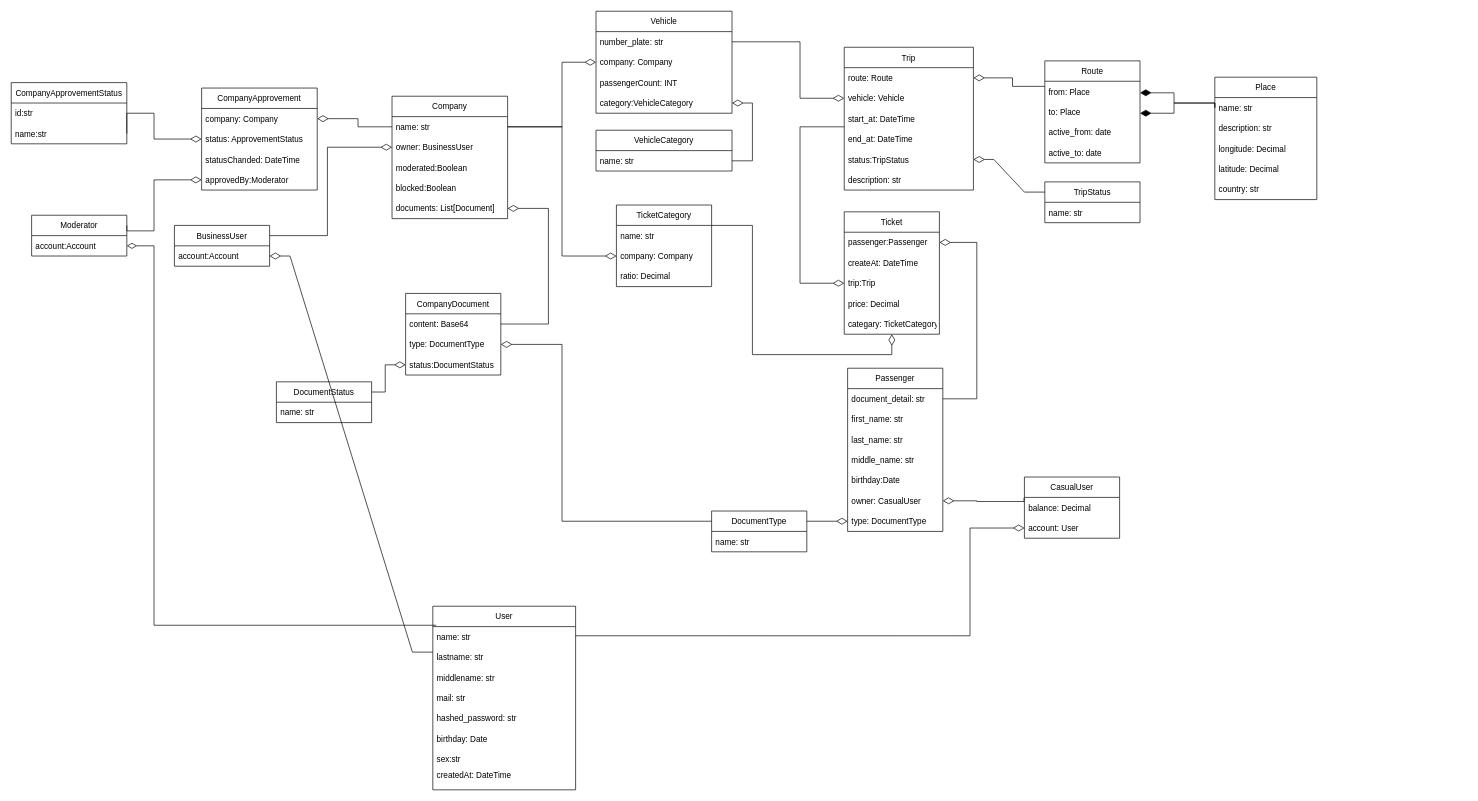
Before: VehicleAggModels.drawio in vehicle-aggregator/docs, a draw.io diagram. Source tidied: cells renumbered, new cells numbered last; positions are measured from the earlier drawing's top-left corner, leaving out a move shared by most shapes. Both pictures are drawn from the tidied source at 68%, with x=0, y=0 at pixel (11, 11).
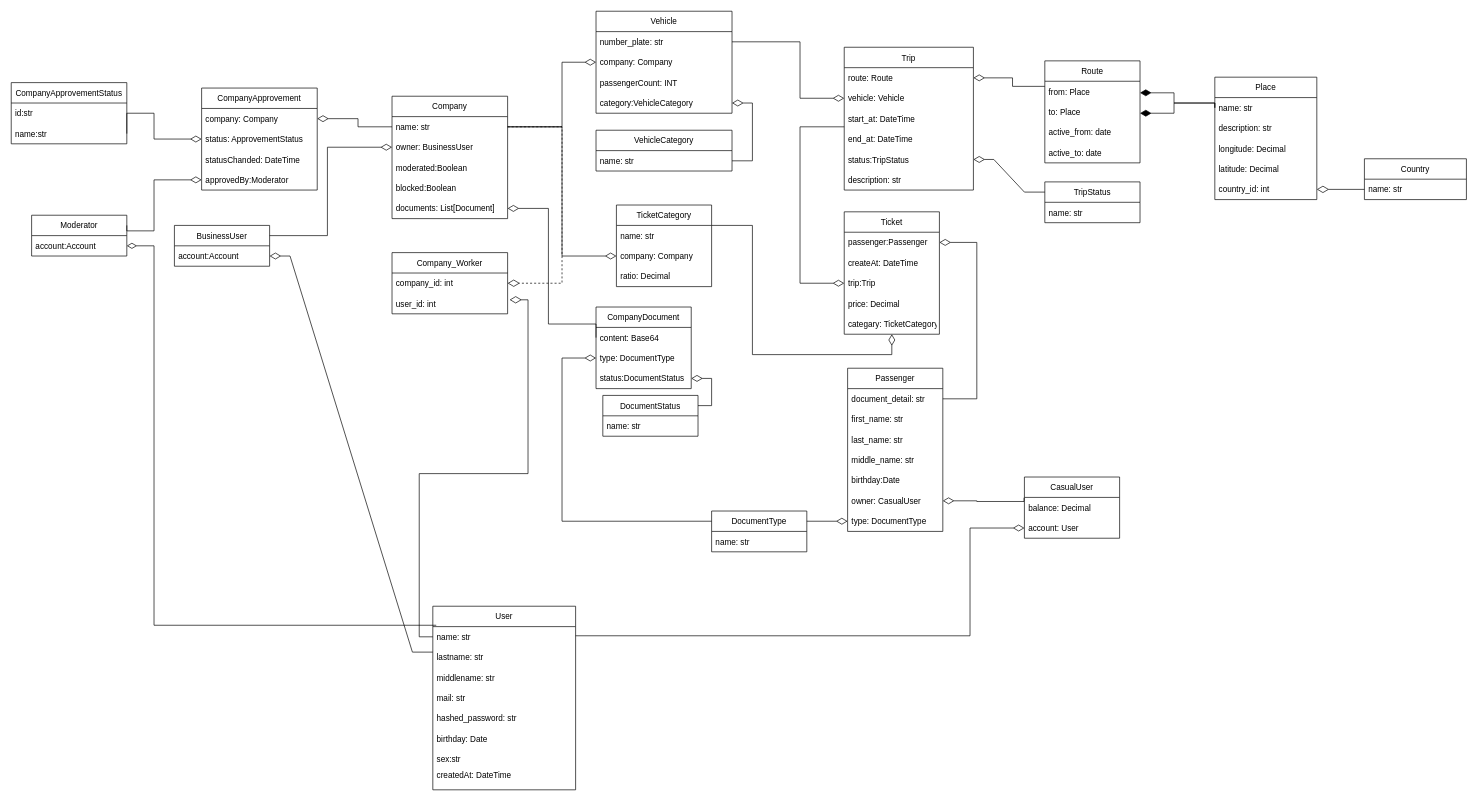
The same page after the edit.

The change refers to these unchanged cells:
```xml
<mxCell id="11" value="name: str" style="text;strokeColor=none;fillColor=none;align=left;verticalAlign=middle;spacingLeft=4;spacingRight=4;overflow=hidden;points=[[0,0.5],[1,0.5]];portConstraint=eastwest;" parent="10" vertex="1">
  <mxGeometry y="30" width="170" height="30" as="geometry" />
</mxCell>
<mxCell id="15" value="documents: List[Document]" style="text;strokeColor=none;fillColor=none;align=left;verticalAlign=middle;spacingLeft=4;spacingRight=4;overflow=hidden;points=[[0,0.5],[1,0.5]];portConstraint=eastwest;" parent="10" vertex="1">
  <mxGeometry y="150" width="170" height="30" as="geometry" />
</mxCell>
<mxCell id="33" value="Place" style="swimlane;fontStyle=0;horizontal=1;startSize=30;" parent="1" vertex="1">
  <mxGeometry x="1770" y="97" width="150" height="180" as="geometry" />
</mxCell>
<mxCell id="75" value="content: Base64" style="text;strokeColor=none;fillColor=none;align=left;verticalAlign=middle;spacingLeft=4;spacingRight=4;overflow=hidden;points=[[0,0.5],[1,0.5]];portConstraint=eastwest;" parent="74" vertex="1">
  <mxGeometry y="30" width="140" height="30" as="geometry" />
</mxCell>
<mxCell id="76" value="type: DocumentType" style="text;strokeColor=none;fillColor=none;align=left;verticalAlign=middle;spacingLeft=4;spacingRight=4;overflow=hidden;points=[[0,0.5],[1,0.5]];portConstraint=eastwest;" parent="74" vertex="1">
  <mxGeometry y="60" width="140" height="30" as="geometry" />
</mxCell>
<mxCell id="78" value="DocumentType" style="swimlane;fontStyle=0;horizontal=1;startSize=30;" parent="1" vertex="1">
  <mxGeometry x="1030" y="735" width="140" height="60" as="geometry" />
</mxCell>
<mxCell id="86" value="name: str" style="text;strokeColor=none;fillColor=none;align=left;verticalAlign=middle;spacingLeft=4;spacingRight=4;overflow=hidden;points=[[0,0.5],[1,0.5]];portConstraint=eastwest;" parent="85" vertex="1">
  <mxGeometry y="30" width="210" height="30" as="geometry" />
</mxCell>
```

Change to the diagram source:
```diff
@@
-    <mxCell id="38" value="country: str" style="text;strokeColor=none;fillColor=none;align=left;verticalAlign=middle;spacingLeft=4;spacingRight=4;overflow=hidden;points=[[0,0.5],[1,0.5]];portConstraint=eastwest;" parent="33" vertex="1">
+    <mxCell id="38" value="country_id: int" style="text;strokeColor=none;fillColor=none;align=left;verticalAlign=middle;spacingLeft=4;spacingRight=4;overflow=hidden;points=[[0,0.5],[1,0.5]];portConstraint=eastwest;" parent="33" vertex="1">
       <mxGeometry y="150" width="150" height="30" as="geometry" />
     </mxCell>
@@
     <mxCell id="74" value="CompanyDocument" style="swimlane;fontStyle=0;horizontal=1;startSize=30;" parent="1" vertex="1">
-      <mxGeometry x="580" y="415" width="140" height="120" as="geometry" />
+      <mxGeometry x="860" y="435" width="140" height="120" as="geometry" />
     </mxCell>
@@
     <mxCell id="80" style="edgeStyle=orthogonalEdgeStyle;rounded=0;jettySize=auto;html=1;endArrow=none;endFill=0;entryX=0;entryY=0.25;entryDx=0;entryDy=0;strokeWidth=1;endSize=11;startArrow=diamondThin;startFill=0;startSize=14;" parent="1" edge="1" source="76" target="78">
       <mxGeometry relative="1" as="geometry">
         <Array as="points">
-          <mxPoint x="810" y="490" />
+          <mxPoint x="810" y="510" />
           <mxPoint x="810" y="750" />
         </Array>
       </mxGeometry>
     </mxCell>
     <mxCell id="81" value="DocumentStatus" style="swimlane;fontStyle=0;horizontal=1;startSize=30;" parent="1" vertex="1">
-      <mxGeometry x="390" y="545" width="140" height="60" as="geometry" />
+      <mxGeometry x="870" y="565" width="140" height="60" as="geometry" />
     </mxCell>
@@
-    <mxCell id="84" style="rounded=0;jettySize=auto;html=1;entryX=1;entryY=0.5;entryDx=0;entryDy=0;exitX=1;exitY=0.5;exitDx=0;exitDy=0;edgeStyle=orthogonalEdgeStyle;endArrow=none;endFill=0;strokeWidth=1;endSize=11;startArrow=diamondThin;startFill=0;startSize=14;" parent="1" edge="1" source="15" target="75">
+    <mxCell id="84" style="rounded=0;jettySize=auto;html=1;entryX=0;entryY=0.5;entryDx=0;entryDy=0;exitX=1;exitY=0.5;exitDx=0;exitDy=0;edgeStyle=orthogonalEdgeStyle;endArrow=none;endFill=0;strokeWidth=1;endSize=11;startArrow=diamondThin;startFill=0;startSize=14;" parent="1" edge="1" source="15" target="75">
       <mxGeometry relative="1" as="geometry">
         <Array as="points">
           <mxPoint x="790" y="290" />
           <mxPoint x="790" y="460" />
         </Array>
       </mxGeometry>
     </mxCell>
@@
+    <mxCell id="108" value="Company_Worker" style="swimlane;fontStyle=0;horizontal=1;startSize=30;" parent="1" vertex="1">
+      <mxGeometry x="560" y="355" width="170" height="90" as="geometry" />
+    </mxCell>
+    <mxCell id="109" value="company_id: int" style="text;strokeColor=none;fillColor=none;align=left;verticalAlign=middle;spacingLeft=4;spacingRight=4;overflow=hidden;points=[[0,0.5],[1,0.5]];portConstraint=eastwest;" parent="108" vertex="1">
+      <mxGeometry y="30" width="170" height="30" as="geometry" />
+    </mxCell>
+    <mxCell id="110" value="user_id: int" style="text;strokeColor=none;fillColor=none;align=left;verticalAlign=middle;spacingLeft=4;spacingRight=4;overflow=hidden;points=[[0,0.5],[1,0.5]];portConstraint=eastwest;" parent="108" vertex="1">
+      <mxGeometry y="60" width="170" height="30" as="geometry" />
+    </mxCell>
+    <mxCell id="111" style="edgeStyle=orthogonalEdgeStyle;rounded=0;jettySize=auto;html=1;entryX=1;entryY=0.5;entryDx=0;entryDy=0;dashed=1;endArrow=diamondThin;endFill=0;targetPerimeterSpacing=-1;endSize=15;" parent="1" edge="1" source="11" target="109">
+      <mxGeometry relative="1" as="geometry">
+        <Array as="points">
+          <mxPoint x="810" y="170" />
+          <mxPoint x="810" y="400" />
+        </Array>
+      </mxGeometry>
+    </mxCell>
+    <mxCell id="112" style="edgeStyle=orthogonalEdgeStyle;rounded=0;jettySize=auto;html=1;entryX=1.017;entryY=0.313;entryDx=0;entryDy=0;entryPerimeter=0;endArrow=diamondThin;endFill=0;endSize=15;targetPerimeterSpacing=-1;" parent="1" edge="1" source="86" target="110">
+      <mxGeometry relative="1" as="geometry" />
+    </mxCell>
+    <mxCell id="113" value="Country" style="swimlane;fontStyle=0;horizontal=1;startSize=30;" parent="1" vertex="1">
+      <mxGeometry x="1990" y="217" width="150" height="60" as="geometry" />
+    </mxCell>
+    <mxCell id="114" value="name: str" style="text;strokeColor=none;fillColor=none;align=left;verticalAlign=middle;spacingLeft=4;spacingRight=4;overflow=hidden;points=[[0,0.5],[1,0.5]];portConstraint=eastwest;" parent="113" vertex="1">
+      <mxGeometry y="30" width="150" height="30" as="geometry" />
+    </mxCell>
+    <mxCell id="115" style="edgeStyle=orthogonalEdgeStyle;rounded=0;jettySize=auto;html=1;entryX=1;entryY=0.5;entryDx=0;entryDy=0;endArrow=diamondThin;endFill=0;endSize=15;targetPerimeterSpacing=-1;" parent="1" edge="1" source="114" target="38">
+      <mxGeometry relative="1" as="geometry" />
+    </mxCell>
```
